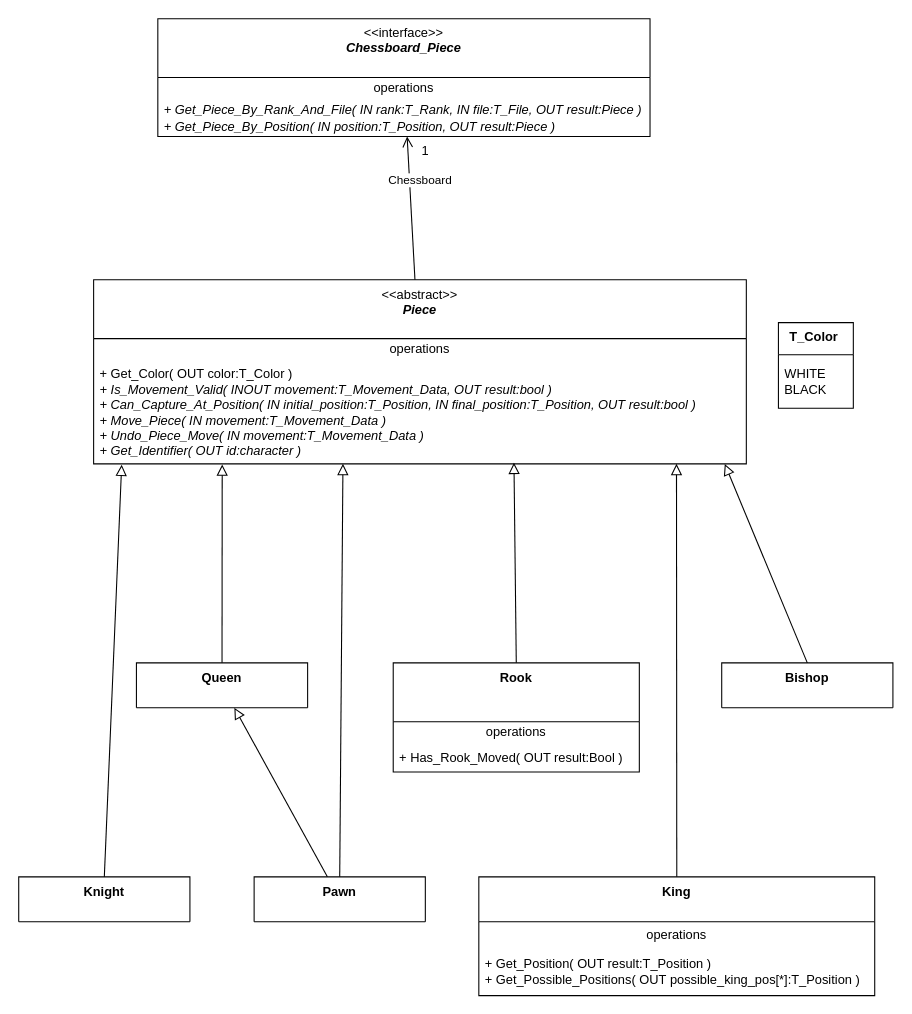
The draw.io diagram page "Pieces" (3 of 6) of doc/Embedded_Chess.drawio in SanteyneEmbeddedSystems/Embedded_Chess, before the edit. Source tidied: cells renumbered, new cells numbered last; positions are measured from the earlier drawing's top-left corner, leaving out a move shared by most shapes. Both pictures are drawn from the tidied source at 107%, with x=0, y=0 at pixel (18, 18).
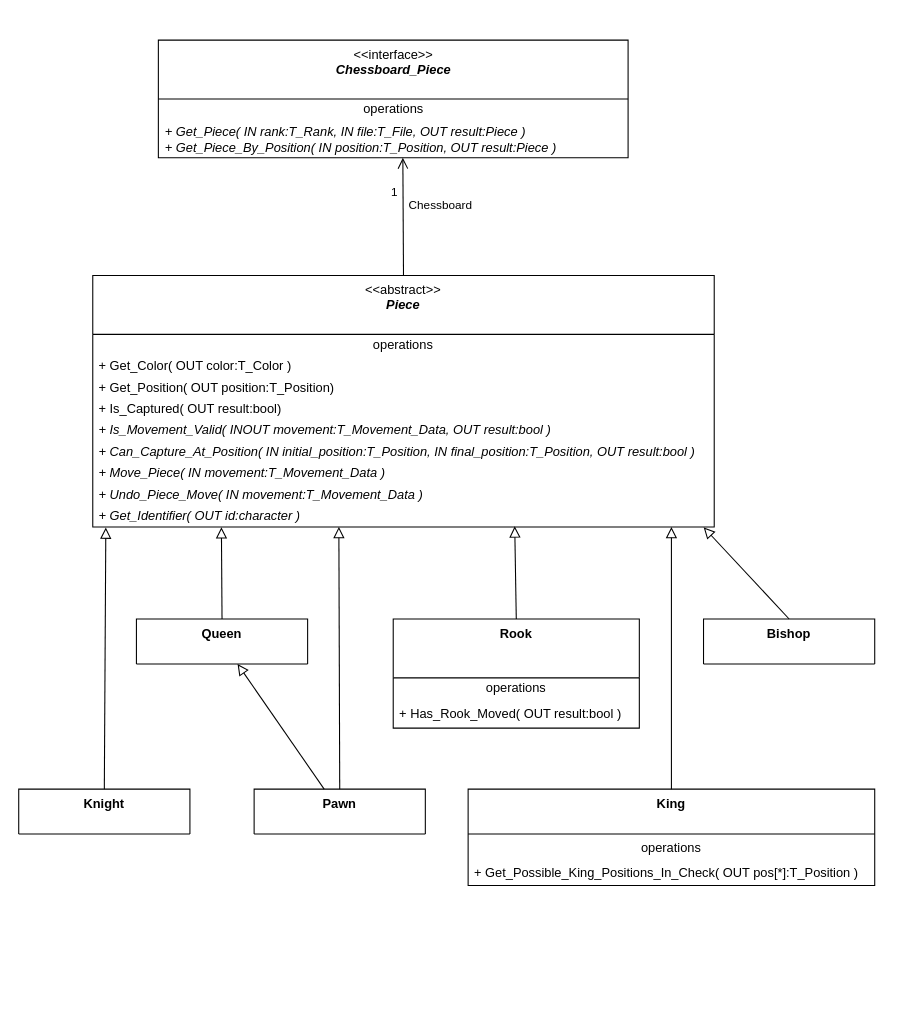
Above is the later version.

What changed in the source:
```diff
@@
     <mxCell id="2" value="&amp;lt;&amp;lt;abstract&amp;gt;&amp;gt;&lt;br&gt;&lt;b&gt;&lt;i&gt;Piece&lt;/i&gt;&lt;/b&gt;" style="swimlane;fontStyle=0;align=center;verticalAlign=top;horizontal=1;startSize=55;html=1;whiteSpace=wrap;" parent="1" vertex="1">
-      <mxGeometry x="70" y="244" width="610" height="172" as="geometry" />
+      <mxGeometry x="69.2" y="240" width="580.8" height="235" as="geometry" />
     </mxCell>
     <mxCell id="3" value="operations" style="text;html=1;strokeColor=none;fillColor=none;align=center;verticalAlign=middle;spacingLeft=4;spacingRight=4;overflow=hidden;whiteSpace=wrap;" parent="2" vertex="1">
-      <mxGeometry y="55" width="610" height="20" as="geometry" />
+      <mxGeometry y="55" width="580.8" height="20" as="geometry" />
     </mxCell>
-    <mxCell id="4" value="+&amp;nbsp;Get_Color( OUT color:T_Color )&lt;br&gt;&lt;i&gt;+ Is_Movement_Valid( INOUT movement:T_Movement_Data, OUT result:bool )&lt;br&gt;+ Can_Capture_At_Position( IN initial_position:T_Position, IN final_position:&lt;span style=&quot;background-color: initial;&quot;&gt;T_Position,&amp;nbsp;&lt;/span&gt;OUT result:bool )&lt;br&gt;&lt;/i&gt;&lt;div&gt;&lt;i&gt;+ Move_Piece( IN movement:T_Movement_Data )&lt;/i&gt;&lt;/div&gt;&lt;div&gt;&lt;i&gt;+ Undo_Piece_Move( IN movement:T_Movement_Data )&lt;/i&gt;&lt;/div&gt;&lt;div&gt;&lt;i&gt;+ Get_Identifier( OUT id:character )&lt;/i&gt;&lt;/div&gt;" style="text;html=1;strokeColor=none;fillColor=none;align=left;verticalAlign=middle;spacingLeft=4;spacingRight=4;overflow=hidden;points=[[0,0.5],[1,0.5]];portConstraint=eastwest;whiteSpace=wrap;" parent="2" vertex="1">
-      <mxGeometry y="75" width="610" height="97" as="geometry" />
-    </mxCell>
+    <mxCell id="30" value="+&amp;nbsp;Get_Color( OUT color:T_Color )" style="text;html=1;strokeColor=none;fillColor=none;align=left;verticalAlign=middle;spacingLeft=4;spacingRight=4;overflow=hidden;whiteSpace=wrap;" parent="2" vertex="1">
+      <mxGeometry y="75" width="580.8" height="20" as="geometry" />
+    </mxCell>
+    <mxCell id="31" value="+ Get_Position( OUT position:T_Position)" style="text;html=1;strokeColor=none;fillColor=none;align=left;verticalAlign=middle;spacingLeft=4;spacingRight=4;overflow=hidden;whiteSpace=wrap;" parent="2" vertex="1">
+      <mxGeometry y="95" width="580.8" height="20" as="geometry" />
+    </mxCell>
+    <mxCell id="32" value="+ Is_Captured( OUT result:bool)" style="text;html=1;strokeColor=none;fillColor=none;align=left;verticalAlign=middle;spacingLeft=4;spacingRight=4;overflow=hidden;whiteSpace=wrap;" parent="2" vertex="1">
+      <mxGeometry y="115" width="580.8" height="20" as="geometry" />
+    </mxCell>
+    <mxCell id="33" value="&lt;i&gt;+ Is_Movement_Valid( INOUT movement:T_Movement_Data, OUT result:bool )&lt;/i&gt;" style="text;html=1;strokeColor=none;fillColor=none;align=left;verticalAlign=middle;spacingLeft=4;spacingRight=4;overflow=hidden;whiteSpace=wrap;" parent="2" vertex="1">
+      <mxGeometry y="135" width="580.8" height="20" as="geometry" />
+    </mxCell>
+    <mxCell id="34" value="&lt;i&gt;+ Can_Capture_At_Position( IN initial_position:T_Position, IN final_position:&lt;span style=&quot;background-color: initial;&quot;&gt;T_Position,&amp;nbsp;&lt;/span&gt;OUT result:bool )&lt;/i&gt;" style="text;html=1;strokeColor=none;fillColor=none;align=left;verticalAlign=middle;spacingLeft=4;spacingRight=4;overflow=hidden;whiteSpace=wrap;" parent="2" vertex="1">
+      <mxGeometry y="155" width="580.8" height="20" as="geometry" />
+    </mxCell>
+    <mxCell id="35" value="&lt;i&gt;+ Move_Piece( IN movement:T_Movement_Data )&lt;/i&gt;" style="text;html=1;strokeColor=none;fillColor=none;align=left;verticalAlign=middle;spacingLeft=4;spacingRight=4;overflow=hidden;whiteSpace=wrap;" parent="2" vertex="1">
+      <mxGeometry y="175" width="580.8" height="20" as="geometry" />
+    </mxCell>
+    <mxCell id="36" value="&lt;i&gt;+ Undo_Piece_Move( IN movement:T_Movement_Data )&lt;/i&gt;" style="text;html=1;strokeColor=none;fillColor=none;align=left;verticalAlign=middle;spacingLeft=4;spacingRight=4;overflow=hidden;whiteSpace=wrap;" parent="2" vertex="1">
+      <mxGeometry y="195" width="580.8" height="20" as="geometry" />
+    </mxCell>
+    <mxCell id="37" value="&lt;i&gt;+ Get_Identifier( OUT id:character )&lt;/i&gt;" style="text;html=1;strokeColor=none;fillColor=none;align=left;verticalAlign=middle;spacingLeft=4;spacingRight=4;overflow=hidden;points=[[0,0.5],[1,0.5]];portConstraint=eastwest;whiteSpace=wrap;" parent="2" vertex="1">
+      <mxGeometry y="215" width="580.8" height="20" as="geometry" />
+    </mxCell>
     <mxCell id="5" value="&lt;b&gt;Pawn&lt;/b&gt;" style="swimlane;fontStyle=0;align=center;verticalAlign=top;horizontal=1;startSize=42;html=1;whiteSpace=wrap;" parent="1" vertex="1">
-      <mxGeometry x="220" y="802" width="160" height="42" as="geometry" />
+      <mxGeometry x="220" y="720" width="160" height="42" as="geometry" />
     </mxCell>
     <mxCell id="6" value="&lt;b&gt;King&lt;/b&gt;" style="swimlane;fontStyle=0;align=center;verticalAlign=top;horizontal=1;startSize=42;html=1;whiteSpace=wrap;" parent="1" vertex="1">
-      <mxGeometry x="430" y="802" width="370" height="111" as="geometry" />
+      <mxGeometry x="420" y="720" width="380" height="90" as="geometry" />
     </mxCell>
     <mxCell id="7" value="operations" style="text;html=1;strokeColor=none;fillColor=none;align=center;verticalAlign=middle;spacingLeft=4;spacingRight=4;overflow=hidden;whiteSpace=wrap;" parent="6" vertex="1">
-      <mxGeometry y="42" width="370" height="25" as="geometry" />
+      <mxGeometry y="42" width="380" height="25" as="geometry" />
     </mxCell>
-    <mxCell id="8" value="+&amp;nbsp;Get_Position( OUT result:T_Position )&lt;br&gt;+&amp;nbsp;Get_Possible_Positions( OUT&amp;nbsp;possible_king_pos[*]:T_Position )" style="text;html=1;strokeColor=none;fillColor=none;align=left;verticalAlign=middle;spacingLeft=4;spacingRight=4;overflow=hidden;whiteSpace=wrap;" parent="6" vertex="1">
-      <mxGeometry y="67" width="370" height="44" as="geometry" />
+    <mxCell id="8" value="+&amp;nbsp;Get_Possible_King_Positions_In_Check( OUT pos[*]:T_Position )" style="text;html=1;strokeColor=none;fillColor=none;align=left;verticalAlign=middle;spacingLeft=4;spacingRight=4;overflow=hidden;whiteSpace=wrap;" parent="6" vertex="1">
+      <mxGeometry y="67" width="380" height="23" as="geometry" />
     </mxCell>
     <mxCell id="9" value="&lt;b&gt;Queen&lt;/b&gt;" style="swimlane;fontStyle=0;align=center;verticalAlign=top;horizontal=1;startSize=55;html=1;whiteSpace=wrap;" parent="1" vertex="1">
-      <mxGeometry x="110" y="602" width="160" height="42" as="geometry" />
+      <mxGeometry x="110" y="561" width="160" height="42" as="geometry" />
     </mxCell>
     <mxCell id="10" value="&lt;b&gt;Rook&lt;/b&gt;" style="swimlane;fontStyle=0;align=center;verticalAlign=top;horizontal=1;startSize=55;html=1;whiteSpace=wrap;" parent="1" vertex="1">
-      <mxGeometry x="350" y="602" width="230" height="102" as="geometry" />
+      <mxGeometry x="350" y="561" width="230" height="102" as="geometry" />
     </mxCell>
@@
-    <mxCell id="12" value="+ Has_Rook_Moved( OUT result:Bool )" style="text;html=1;strokeColor=none;fillColor=none;align=left;verticalAlign=middle;spacingLeft=4;spacingRight=4;overflow=hidden;whiteSpace=wrap;" parent="10" vertex="1">
+    <mxCell id="12" value="+ Has_Rook_Moved( OUT result:bool )" style="text;html=1;strokeColor=none;fillColor=none;align=left;verticalAlign=middle;spacingLeft=4;spacingRight=4;overflow=hidden;whiteSpace=wrap;" parent="10" vertex="1">
       <mxGeometry y="75" width="230" height="27" as="geometry" />
     </mxCell>
     <mxCell id="13" value="&lt;b&gt;Knight&lt;/b&gt;" style="swimlane;fontStyle=0;align=center;verticalAlign=top;horizontal=1;startSize=55;html=1;whiteSpace=wrap;" parent="1" vertex="1">
-      <mxGeometry y="802" width="160" height="42" as="geometry" />
+      <mxGeometry y="720" width="160" height="42" as="geometry" />
     </mxCell>
     <mxCell id="14" value="&lt;b&gt;Bishop&lt;/b&gt;" style="swimlane;fontStyle=0;align=center;verticalAlign=top;horizontal=1;startSize=82;html=1;whiteSpace=wrap;" parent="1" vertex="1">
-      <mxGeometry x="657" y="602" width="160" height="42" as="geometry" />
+      <mxGeometry x="640" y="561" width="160" height="42" as="geometry" />
     </mxCell>
@@
-    <mxCell id="16" style="endArrow=block;html=1;rounded=0;align=center;verticalAlign=bottom;endFill=0;labelBackgroundColor=none;endSize=8;exitX=0.5;exitY=0;exitDx=0;exitDy=0;entryX=0.043;entryY=1.008;entryDx=0;entryDy=0;entryPerimeter=0;" parent="1" edge="1" source="13" target="4">
+    <mxCell id="16" style="endArrow=block;html=1;rounded=0;align=center;verticalAlign=bottom;endFill=0;labelBackgroundColor=none;endSize=8;exitX=0.5;exitY=0;exitDx=0;exitDy=0;entryX=0.021;entryY=1.025;entryDx=0;entryDy=0;entryPerimeter=0;" parent="1" edge="1" source="13" target="37">
       <mxGeometry relative="1" as="geometry" />
     </mxCell>
-    <mxCell id="17" style="endArrow=block;html=1;rounded=0;align=center;verticalAlign=bottom;endFill=0;labelBackgroundColor=none;endSize=8;exitX=0.5;exitY=0;exitDx=0;exitDy=0;entryX=0.382;entryY=1;entryDx=0;entryDy=0;entryPerimeter=0;" parent="1" edge="1" source="5" target="4">
+    <mxCell id="17" style="endArrow=block;html=1;rounded=0;align=center;verticalAlign=bottom;endFill=0;labelBackgroundColor=none;endSize=8;exitX=0.5;exitY=0;exitDx=0;exitDy=0;entryX=0.396;entryY=0.997;entryDx=0;entryDy=0;entryPerimeter=0;" parent="1" edge="1" source="5" target="37">
       <mxGeometry relative="1" as="geometry" />
     </mxCell>
-    <mxCell id="18" style="endArrow=block;html=1;rounded=0;align=center;verticalAlign=bottom;endFill=0;labelBackgroundColor=none;endSize=8;exitX=0.5;exitY=0;exitDx=0;exitDy=0;entryX=0.197;entryY=1.006;entryDx=0;entryDy=0;entryPerimeter=0;" parent="1" edge="1" source="9" target="4">
+    <mxCell id="18" style="endArrow=block;html=1;rounded=0;align=center;verticalAlign=bottom;endFill=0;labelBackgroundColor=none;endSize=8;exitX=0.5;exitY=0;exitDx=0;exitDy=0;entryX=0.207;entryY=1.011;entryDx=0;entryDy=0;entryPerimeter=0;" parent="1" edge="1" source="9" target="37">
       <mxGeometry relative="1" as="geometry" />
     </mxCell>
-    <mxCell id="19" style="endArrow=block;html=1;rounded=0;align=center;verticalAlign=bottom;endFill=0;labelBackgroundColor=none;endSize=8;exitX=0.5;exitY=0;exitDx=0;exitDy=0;entryX=0.644;entryY=0.989;entryDx=0;entryDy=0;entryPerimeter=0;" parent="1" edge="1" source="10" target="4">
+    <mxCell id="19" style="endArrow=block;html=1;rounded=0;align=center;verticalAlign=bottom;endFill=0;labelBackgroundColor=none;endSize=8;exitX=0.5;exitY=0;exitDx=0;exitDy=0;entryX=0.679;entryY=0.969;entryDx=0;entryDy=0;entryPerimeter=0;" parent="1" edge="1" source="10" target="37">
       <mxGeometry relative="1" as="geometry" />
     </mxCell>
-    <mxCell id="20" style="endArrow=block;html=1;rounded=0;align=center;verticalAlign=bottom;endFill=0;labelBackgroundColor=none;endSize=8;exitX=0.5;exitY=0;exitDx=0;exitDy=0;entryX=0.893;entryY=1;entryDx=0;entryDy=0;entryPerimeter=0;" parent="1" edge="1" source="6" target="4">
-      <mxGeometry relative="1" as="geometry" />
+    <mxCell id="20" style="endArrow=block;html=1;rounded=0;align=center;verticalAlign=bottom;endFill=0;labelBackgroundColor=none;endSize=8;exitX=0.5;exitY=0;exitDx=0;exitDy=0;" parent="1" edge="1" source="6">
+      <mxGeometry relative="1" as="geometry">
+        <mxPoint x="610" y="475" as="targetPoint" />
+      </mxGeometry>
     </mxCell>
-    <mxCell id="21" style="endArrow=block;html=1;rounded=0;align=center;verticalAlign=bottom;endFill=0;labelBackgroundColor=none;endSize=8;exitX=0.5;exitY=0;exitDx=0;exitDy=0;entryX=0.967;entryY=1.002;entryDx=0;entryDy=0;entryPerimeter=0;" parent="1" edge="1" source="14" target="4">
+    <mxCell id="21" style="endArrow=block;html=1;rounded=0;align=center;verticalAlign=bottom;endFill=0;labelBackgroundColor=none;endSize=8;exitX=0.5;exitY=0;exitDx=0;exitDy=0;entryX=0.983;entryY=1.017;entryDx=0;entryDy=0;entryPerimeter=0;" parent="1" edge="1" source="14" target="37">
       <mxGeometry relative="1" as="geometry" />
     </mxCell>
-    <mxCell id="22" value="&lt;b&gt;T_Color&amp;nbsp;&lt;/b&gt;" style="swimlane;fontStyle=0;align=center;verticalAlign=top;horizontal=1;startSize=30;html=1;whiteSpace=wrap;" parent="1" vertex="1">
-      <mxGeometry x="710" y="284" width="70" height="80" as="geometry" />
-    </mxCell>
-    <mxCell id="23" value="&lt;div&gt;WHITE&lt;/div&gt;&lt;div&gt;BLACK&lt;/div&gt;" style="text;html=1;strokeColor=none;fillColor=none;align=left;verticalAlign=middle;spacingLeft=4;spacingRight=4;overflow=hidden;whiteSpace=wrap;" parent="22" vertex="1">
-      <mxGeometry y="30" width="70" height="50" as="geometry" />
-    </mxCell>
     <mxCell id="24" value="&amp;lt;&amp;lt;interface&amp;gt;&amp;gt;&lt;br&gt;&lt;b&gt;&lt;i&gt;Chessboard_Piece&lt;/i&gt;&lt;/b&gt;" style="swimlane;fontStyle=0;align=center;verticalAlign=top;horizontal=1;startSize=55;html=1;whiteSpace=wrap;" parent="1" vertex="1">
-      <mxGeometry x="130" width="460" height="110" as="geometry" />
+      <mxGeometry x="130.5" y="20" width="439" height="110" as="geometry" />
     </mxCell>
     <mxCell id="25" value="operations" style="text;html=1;strokeColor=none;fillColor=none;align=center;verticalAlign=middle;spacingLeft=4;spacingRight=4;overflow=hidden;whiteSpace=wrap;" parent="24" vertex="1">
-      <mxGeometry y="55" width="460" height="20" as="geometry" />
+      <mxGeometry y="55" width="439" height="20" as="geometry" />
     </mxCell>
-    <mxCell id="26" value="&lt;i&gt;+ Get_Piece_By_Rank_And_File( IN rank:T_Rank, IN file:T_File, OUT result:Piece )&lt;br&gt;+&amp;nbsp;Get_Piece_By_Position( IN position:T_Position, OUT result:Piece )&lt;/i&gt;" style="text;html=1;strokeColor=none;fillColor=none;align=left;verticalAlign=middle;spacingLeft=4;spacingRight=4;overflow=hidden;whiteSpace=wrap;" parent="24" vertex="1">
-      <mxGeometry y="75" width="460" height="35" as="geometry" />
+    <mxCell id="26" value="&lt;i&gt;+ Get_Piece( IN rank:T_Rank, IN file:T_File, OUT result:Piece )&lt;br&gt;+&amp;nbsp;Get_Piece_By_Position( IN position:T_Position, OUT result:Piece )&lt;/i&gt;" style="text;html=1;strokeColor=none;fillColor=none;align=left;verticalAlign=middle;spacingLeft=4;spacingRight=4;overflow=hidden;whiteSpace=wrap;" parent="24" vertex="1">
+      <mxGeometry y="75" width="439" height="35" as="geometry" />
     </mxCell>
-    <mxCell id="27" style="endArrow=open;startArrow=none;endFill=0;startFill=0;endSize=8;html=1;verticalAlign=bottom;labelBackgroundColor=none;strokeWidth=1;rounded=0;" parent="1" edge="1" source="2" target="24">
-      <mxGeometry relative="1" as="geometry" />
+    <mxCell id="27" style="endArrow=open;startArrow=none;endFill=0;startFill=0;endSize=8;html=1;verticalAlign=bottom;labelBackgroundColor=none;strokeWidth=1;rounded=0;exitX=0.5;exitY=0;exitDx=0;exitDy=0;" parent="1" edge="1" source="2">
+      <mxGeometry relative="1" as="geometry">
+        <mxPoint x="359" y="130" as="targetPoint" />
+      </mxGeometry>
     </mxCell>
     <mxCell id="28" value="Chessboard" style="edgeLabel;html=1;align=center;verticalAlign=middle;" parent="27" vertex="1">
       <mxGeometry x="-0.25" y="3" relative="1" as="geometry">
-        <mxPoint x="10" y="-44" as="offset" />
+        <mxPoint x="37" y="-26" as="offset" />
       </mxGeometry>
     </mxCell>
-    <mxCell id="29" value="1" style="html=1;align=left;verticalAlign=top;labelBackgroundColor=none;" parent="1" vertex="1">
-      <mxGeometry x="375" y="110" as="geometry" />
+    <mxCell id="29" value="1" style="edgeLabel;html=1;align=center;verticalAlign=middle;" parent="27" vertex="1">
+      <mxGeometry x="-0.06" y="-1" relative="1" as="geometry">
+        <mxPoint x="-10" y="-26" as="offset" />
+      </mxGeometry>
     </mxCell>
```
